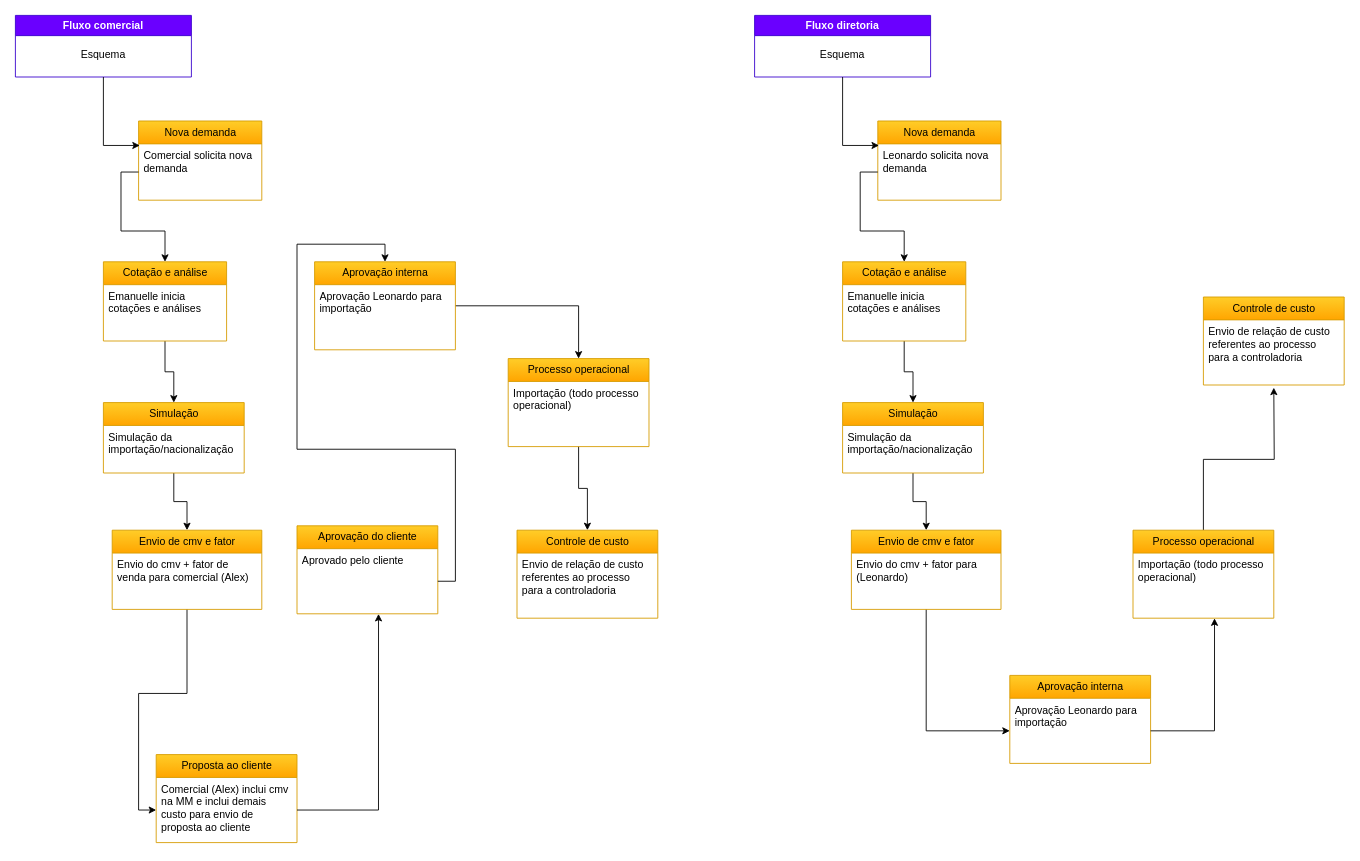
Above: fluxo_importação.drawio in L-Vasconcelos/drawio (draw.io), before the change. Source tidied: cells renumbered, new cells numbered last; positions are measured from the earlier drawing's top-left corner, leaving out a move shared by most shapes. Both pictures are drawn from the tidied source at 88%, with x=0, y=0 at pixel (15, 15).
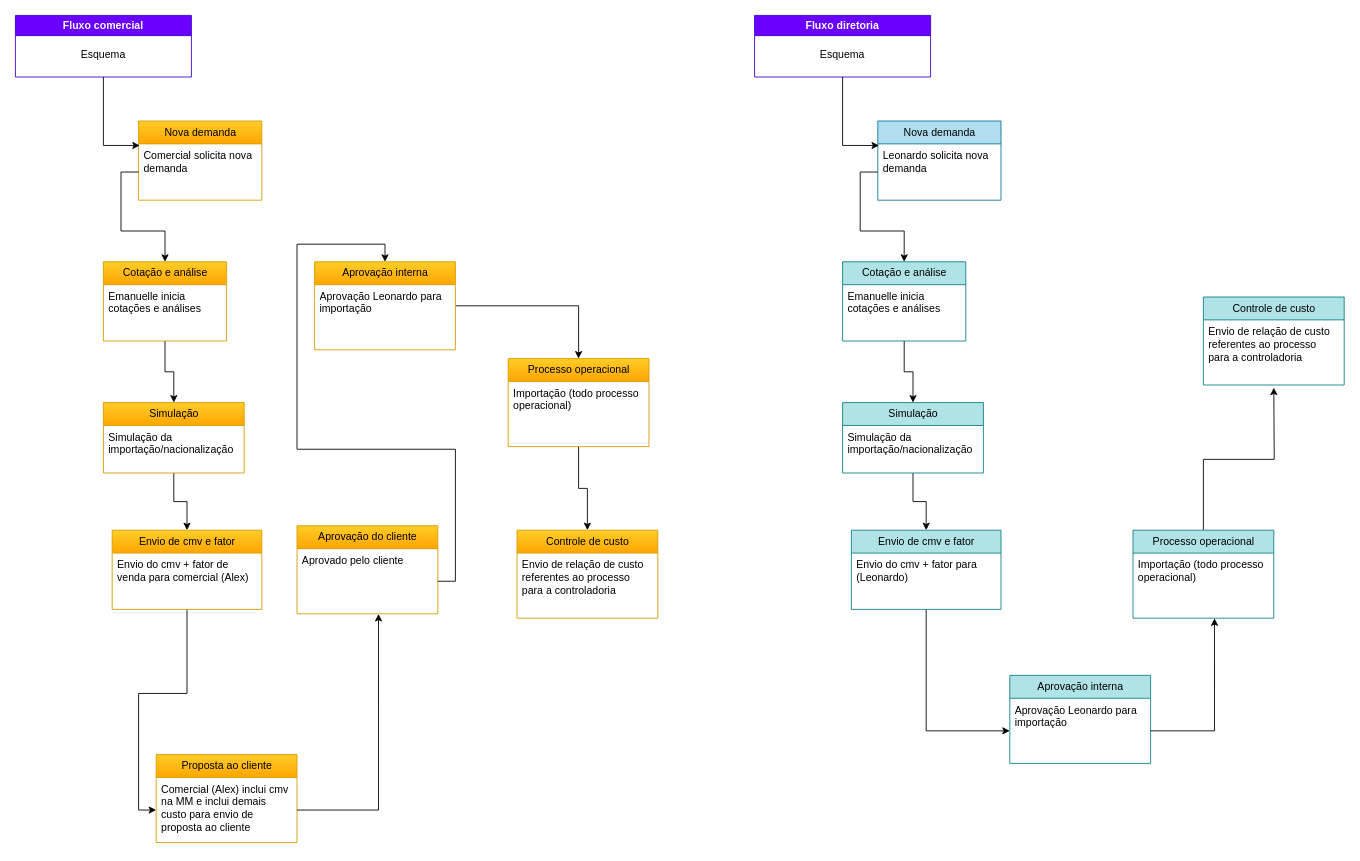
After the change.

The edit, as a diff of the source:
```diff
@@
-    <mxCell id="31" value="Nova demanda" style="swimlane;fontStyle=0;horizontal=1;startSize=26;fillColor=#ffcd28;html=1;gradientColor=#ffa500;strokeColor=#d79b00;" parent="1" vertex="1">
+    <mxCell id="31" value="Nova demanda" style="swimlane;fontStyle=0;horizontal=1;startSize=26;fillColor=#b1ddf0;html=1;strokeColor=#10739e;" parent="1" vertex="1">
       <mxGeometry x="980" y="120" width="140" height="90" as="geometry" />
     </mxCell>
@@
-    <mxCell id="34" value="Cotação e análise" style="swimlane;fontStyle=0;horizontal=1;startSize=26;fillColor=#ffcd28;html=1;gradientColor=#ffa500;strokeColor=#d79b00;" parent="1" vertex="1">
+    <mxCell id="34" value="Cotação e análise" style="swimlane;fontStyle=0;horizontal=1;startSize=26;fillColor=#b0e3e6;html=1;strokeColor=#0e8088;" parent="1" vertex="1">
       <mxGeometry x="940" y="280" width="140" height="90" as="geometry" />
     </mxCell>
@@
-    <mxCell id="38" value="Simulação" style="swimlane;fontStyle=0;horizontal=1;startSize=26;fillColor=#ffcd28;html=1;gradientColor=#ffa500;strokeColor=#d79b00;" parent="1" vertex="1">
+    <mxCell id="38" value="Simulação" style="swimlane;fontStyle=0;horizontal=1;startSize=26;fillColor=#b0e3e6;html=1;strokeColor=#0e8088;" parent="1" vertex="1">
       <mxGeometry x="940" y="440" width="160" height="80" as="geometry" />
     </mxCell>
@@
-    <mxCell id="41" value="Envio de cmv e fator" style="swimlane;fontStyle=0;horizontal=1;startSize=26;fillColor=#ffcd28;html=1;gradientColor=#ffa500;strokeColor=#d79b00;" parent="1" vertex="1">
+    <mxCell id="41" value="Envio de cmv e fator" style="swimlane;fontStyle=0;horizontal=1;startSize=26;fillColor=#b0e3e6;html=1;strokeColor=#0e8088;" parent="1" vertex="1">
       <mxGeometry x="950" y="585" width="170" height="90" as="geometry" />
     </mxCell>
@@
-    <mxCell id="43" value="Aprovação interna" style="swimlane;fontStyle=0;horizontal=1;startSize=26;fillColor=#ffcd28;html=1;gradientColor=#ffa500;strokeColor=#d79b00;" parent="1" vertex="1">
+    <mxCell id="43" value="Aprovação interna" style="swimlane;fontStyle=0;horizontal=1;startSize=26;fillColor=#b0e3e6;html=1;strokeColor=#0e8088;" parent="1" vertex="1">
       <mxGeometry x="1130" y="750" width="160" height="100" as="geometry" />
     </mxCell>
@@
-    <mxCell id="46" value="Processo operacional" style="swimlane;fontStyle=0;horizontal=1;startSize=26;fillColor=#ffcd28;html=1;gradientColor=#ffa500;strokeColor=#d79b00;" parent="1" vertex="1">
+    <mxCell id="46" value="Processo operacional" style="swimlane;fontStyle=0;horizontal=1;startSize=26;fillColor=#b0e3e6;html=1;strokeColor=#0e8088;" parent="1" vertex="1">
       <mxGeometry x="1270" y="585" width="160" height="100" as="geometry" />
     </mxCell>
@@
-    <mxCell id="52" value="Controle de custo" style="swimlane;fontStyle=0;horizontal=1;startSize=26;fillColor=#ffcd28;html=1;gradientColor=#ffa500;strokeColor=#d79b00;" parent="1" vertex="1">
+    <mxCell id="52" value="Controle de custo" style="swimlane;fontStyle=0;horizontal=1;startSize=26;fillColor=#b0e3e6;html=1;strokeColor=#0e8088;" parent="1" vertex="1">
       <mxGeometry x="1350" y="320" width="160" height="100" as="geometry" />
     </mxCell>
```
